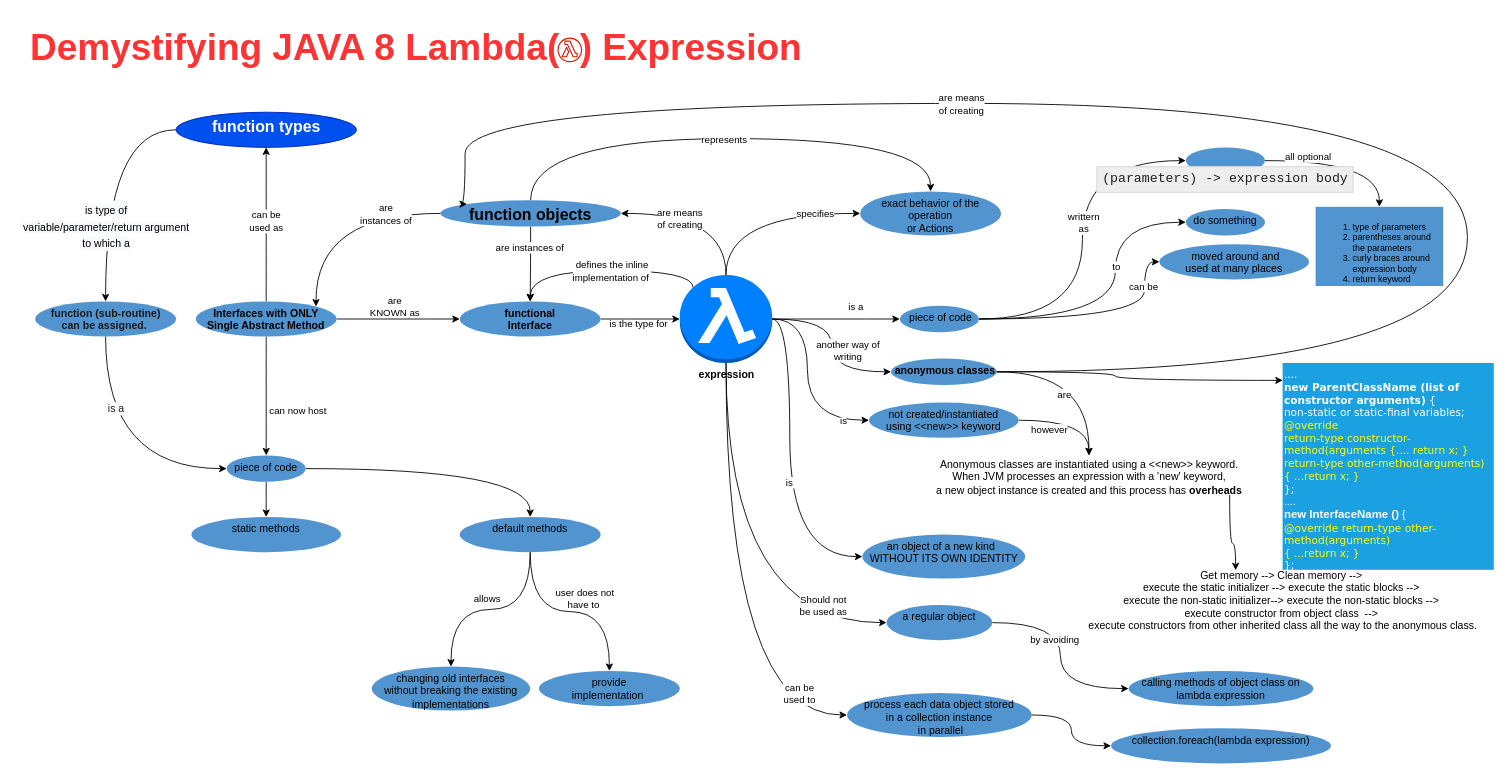
Before: page "Lambda Expressions" (1 of 6) of Java Collection Framework Data Structures.drawio in gaurjain/drawio, a draw.io diagram. Source tidied: cells renumbered, new cells numbered last; positions are measured from the earlier drawing's top-left corner, leaving out a move shared by most shapes. Both pictures are drawn from the tidied source at 88%, with x=0, y=0 at pixel (24, 34).
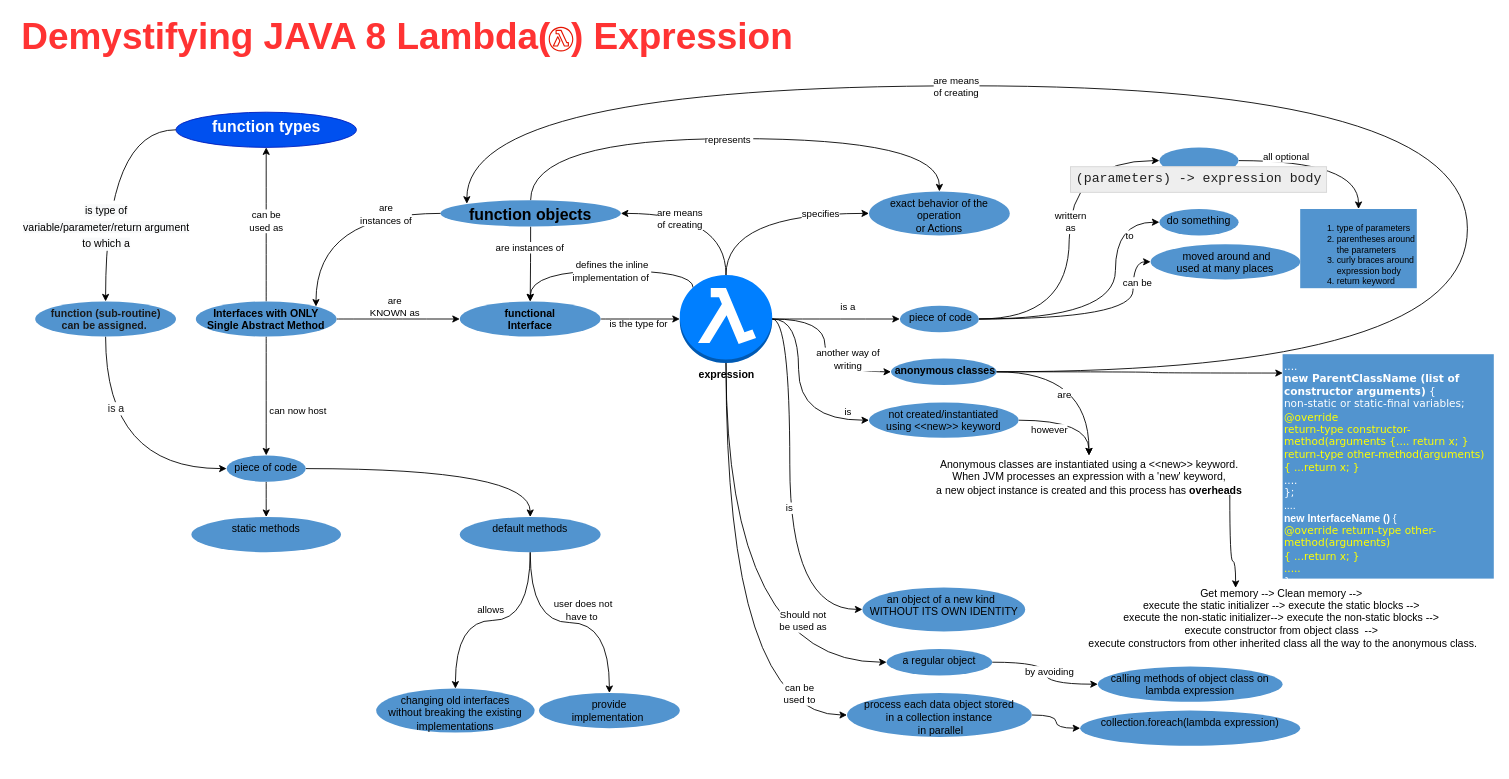
The same page after the edit.

Unchanged cells that the change refers to:
```xml
<mxCell id="10" value="expression" style="outlineConnect=0;dashed=0;verticalLabelPosition=bottom;verticalAlign=top;align=center;html=1;shape=mxgraph.aws3.lambda_function;gradientColor=none;fillColor=#007FFF;fontStyle=1;" parent="1" vertex="1">
  <mxGeometry x="745" y="273" width="105" height="100" as="geometry" />
</mxCell>
<mxCell id="19" value="Anonymous classes are instantiated using a &amp;lt;&amp;lt;new&amp;gt;&amp;gt; keyword.&lt;br&gt;When JVM processes an expression with a 'new' keyword, &lt;br&gt;a new object instance is created and this process has &lt;b&gt;overheads&lt;/b&gt;" style="text;html=1;align=center;verticalAlign=middle;points=[];" parent="1" vertex="1">
  <mxGeometry x="1030" y="478" width="360" height="50" as="geometry" />
</mxCell>
<mxCell id="30" value="&amp;nbsp;anonymous classes" style="ellipse;whiteSpace=wrap;html=1;dashed=0;verticalAlign=top;fillColor=#5294CF;strokeColor=none;fontStyle=1;" parent="1" vertex="1">
  <mxGeometry x="985" y="368" width="120" height="30" as="geometry" />
</mxCell>
<mxCell id="31" style="edgeStyle=orthogonalEdgeStyle;curved=1;rounded=0;jettySize=auto;html=1;entryX=0;entryY=0.5;entryDx=0;entryDy=0;" parent="1" edge="1" source="33" target="36">
  <mxGeometry relative="1" as="geometry" />
</mxCell>
<mxCell id="39" style="edgeStyle=orthogonalEdgeStyle;curved=1;rounded=0;jettySize=auto;html=1;entryX=0;entryY=0.5;entryDx=0;entryDy=0;" parent="1" edge="1" source="43" target="47">
  <mxGeometry relative="1" as="geometry">
    <Array as="points">
      <mxPoint x="1240" y="323" />
      <mxPoint x="1240" y="213" />
    </Array>
  </mxGeometry>
</mxCell>
<mxCell id="43" value="&amp;nbsp;piece of code" style="ellipse;whiteSpace=wrap;html=1;dashed=0;verticalAlign=top;fillColor=#5294CF;strokeColor=none;" parent="1" vertex="1">
  <mxGeometry x="995" y="308" width="90" height="30" as="geometry" />
</mxCell>
<mxCell id="44" style="edgeStyle=orthogonalEdgeStyle;curved=1;rounded=0;jettySize=auto;html=1;entryX=0;entryY=0.5;entryDx=0;entryDy=0;exitX=1;exitY=0.5;exitDx=0;exitDy=0;exitPerimeter=0;" parent="1" edge="1" source="10" target="43">
  <mxGeometry relative="1" as="geometry" />
</mxCell>
<mxCell id="50" style="edgeStyle=orthogonalEdgeStyle;curved=1;rounded=0;jettySize=auto;html=1;labelBackgroundColor=none;exitX=0.5;exitY=1;exitDx=0;exitDy=0;" parent="1" edge="1" source="52" target="63">
  <mxGeometry relative="1" as="geometry" />
</mxCell>
<mxCell id="75" value="&lt;font style=&quot;font-size: 18px&quot;&gt;function objects&lt;/font&gt;" style="ellipse;whiteSpace=wrap;html=1;dashed=0;verticalAlign=top;fillColor=#5294CF;strokeColor=none;fontStyle=1;" parent="1" vertex="1">
  <mxGeometry x="473" y="188" width="205" height="30" as="geometry" />
</mxCell>
```

What changed in the source:
```diff
@@
     <mxCell id="2" style="edgeStyle=orthogonalEdgeStyle;curved=1;rounded=0;jettySize=auto;html=1;entryX=0;entryY=0.5;entryDx=0;entryDy=0;" parent="1" edge="1" source="10" target="17">
       <mxGeometry relative="1" as="geometry">
         <Array as="points">
           <mxPoint x="870" y="323" />
-          <mxPoint x="870" y="593" />
+          <mxPoint x="870" y="653" />
         </Array>
       </mxGeometry>
     </mxCell>
@@
     <mxCell id="4" style="edgeStyle=orthogonalEdgeStyle;curved=1;rounded=0;jettySize=auto;html=1;entryX=0;entryY=0.5;entryDx=0;entryDy=0;" parent="1" edge="1" source="10" target="22">
       <mxGeometry relative="1" as="geometry">
         <Array as="points">
-          <mxPoint x="890" y="323" />
-          <mxPoint x="890" y="438" />
+          <mxPoint x="880" y="323" />
+          <mxPoint x="880" y="438" />
         </Array>
       </mxGeometry>
     </mxCell>
     <mxCell id="5" value="is" style="edgeLabel;html=1;align=center;verticalAlign=middle;" parent="4" vertex="1">
       <mxGeometry x="0.22" y="-3" relative="1" as="geometry">
-        <mxPoint x="43" y="18" as="offset" />
+        <mxPoint x="58" y="-2" as="offset" />
       </mxGeometry>
     </mxCell>
     <mxCell id="6" style="edgeStyle=orthogonalEdgeStyle;curved=1;rounded=0;jettySize=auto;html=1;entryX=0;entryY=0.5;entryDx=0;entryDy=0;exitX=1;exitY=0.5;exitDx=0;exitDy=0;exitPerimeter=0;" parent="1" edge="1" source="10" target="30">
-      <mxGeometry relative="1" as="geometry" />
+      <mxGeometry relative="1" as="geometry">
+        <Array as="points">
+          <mxPoint x="910" y="323" />
+          <mxPoint x="910" y="383" />
+        </Array>
+      </mxGeometry>
     </mxCell>
     <mxCell id="7" value="another way of&lt;br&gt;writing" style="edgeLabel;html=1;align=center;verticalAlign=middle;" parent="6" vertex="1">
       <mxGeometry x="0.3" y="-8" relative="1" as="geometry">
-        <mxPoint x="25.5" y="-24.5" as="offset" />
+        <mxPoint x="18" y="-23" as="offset" />
       </mxGeometry>
     </mxCell>
@@
     <mxCell id="17" value="an object of a new kind&amp;nbsp;&amp;nbsp;&lt;br&gt;WITHOUT ITS OWN IDENTITY" style="ellipse;whiteSpace=wrap;html=1;dashed=0;verticalAlign=top;fillColor=#5294CF;strokeColor=none;" parent="1" vertex="1">
-      <mxGeometry x="952.5" y="568" width="185" height="50" as="geometry" />
+      <mxGeometry x="952.5" y="628" width="185" height="50" as="geometry" />
     </mxCell>
-    <mxCell id="18" style="edgeStyle=orthogonalEdgeStyle;curved=1;rounded=0;jettySize=auto;html=1;labelBackgroundColor=#ffffff;exitX=0.944;exitY=0.9;exitDx=0;exitDy=0;exitPerimeter=0;entryX=0.384;entryY=0.008;entryDx=0;entryDy=0;entryPerimeter=0;" parent="1" edge="1" source="19" target="67">
+    <mxCell id="18" style="edgeStyle=orthogonalEdgeStyle;curved=1;rounded=0;jettySize=auto;html=1;labelBackgroundColor=#ffffff;entryX=0.384;entryY=0.008;entryDx=0;entryDy=0;entryPerimeter=0;" parent="1" edge="1" target="67">
       <mxGeometry relative="1" as="geometry">
+        <mxPoint x="1370" y="523" as="sourcePoint" />
         <Array as="points">
-          <mxPoint x="1370" y="578" />
-          <mxPoint x="1377" y="578" />
+          <mxPoint x="1370" y="598" />
+          <mxPoint x="1377" y="598" />
         </Array>
       </mxGeometry>
     </mxCell>
@@
-    <mxCell id="22" value="not created/instantiated &lt;br&gt;using &amp;lt;&amp;lt;new&amp;gt;&amp;gt; keyword" style="ellipse;whiteSpace=wrap;html=1;dashed=0;verticalAlign=top;fillColor=#5294CF;strokeColor=none;" parent="1" vertex="1">
+    <mxCell id="22" value="not created/instantiated &lt;br&gt;using &amp;lt;&amp;lt;new&amp;gt;&amp;gt; keyword" style="ellipse;whiteSpace=wrap;html=1;dashed=0;verticalAlign=top;strokeColor=none;fillColor=#5294CF;" parent="1" vertex="1">
       <mxGeometry x="960" y="418" width="170" height="40" as="geometry" />
     </mxCell>
@@
     <mxCell id="27" value="collection.foreach(lambda expression)" style="ellipse;whiteSpace=wrap;html=1;dashed=0;verticalAlign=top;fillColor=#5294CF;strokeColor=none;" parent="1" vertex="1">
-      <mxGeometry x="1235" y="788" width="250" height="40" as="geometry" />
+      <mxGeometry x="1200" y="768" width="250" height="40" as="geometry" />
     </mxCell>
@@
     <mxCell id="32" value="by avoiding" style="edgeLabel;html=1;align=center;verticalAlign=middle;" parent="31" vertex="1">
       <mxGeometry x="-0.27" y="2" relative="1" as="geometry">
-        <mxPoint x="-9.5" y="12.5" as="offset" />
+        <mxPoint x="11" y="12" as="offset" />
       </mxGeometry>
     </mxCell>
     <mxCell id="33" value="a regular object" style="ellipse;whiteSpace=wrap;html=1;dashed=0;verticalAlign=top;fillColor=#5294CF;strokeColor=none;" parent="1" vertex="1">
-      <mxGeometry x="980" y="648" width="120" height="40" as="geometry" />
+      <mxGeometry x="980" y="698" width="120" height="30" as="geometry" />
     </mxCell>
     <mxCell id="34" style="edgeStyle=orthogonalEdgeStyle;rounded=0;jettySize=auto;html=1;curved=1;entryX=0;entryY=0.5;entryDx=0;entryDy=0;exitX=0.5;exitY=1;exitDx=0;exitDy=0;exitPerimeter=0;" parent="1" edge="1" source="10" target="33">
       <mxGeometry relative="1" as="geometry">
         <Array as="points">
-          <mxPoint x="798" y="668" />
+          <mxPoint x="798" y="713" />
         </Array>
       </mxGeometry>
     </mxCell>
@@
     <mxCell id="36" value="calling methods of object class on lambda expression" style="ellipse;whiteSpace=wrap;html=1;dashed=0;verticalAlign=top;fillColor=#5294CF;strokeColor=none;" parent="1" vertex="1">
-      <mxGeometry x="1255" y="723" width="210" height="40" as="geometry" />
+      <mxGeometry x="1220" y="718" width="210" height="40" as="geometry" />
     </mxCell>
     <mxCell id="37" style="edgeStyle=orthogonalEdgeStyle;curved=1;rounded=0;jettySize=auto;html=1;exitX=1;exitY=0.5;exitDx=0;exitDy=0;entryX=0;entryY=0.5;entryDx=0;entryDy=0;" parent="1" edge="1" source="43" target="46">
       <mxGeometry relative="1" as="geometry">
         <Array as="points">
-          <mxPoint x="1273" y="323" />
+          <mxPoint x="1260" y="323" />
+          <mxPoint x="1260" y="258" />
         </Array>
       </mxGeometry>
     </mxCell>
@@
     <mxCell id="40" value="to" style="edgeLabel;html=1;align=center;verticalAlign=middle;" parent="39" vertex="1">
       <mxGeometry x="0.08" y="1" relative="1" as="geometry">
-        <mxPoint x="1" y="-29" as="offset" />
+        <mxPoint x="16" y="-80" as="offset" />
       </mxGeometry>
     </mxCell>
@@
     <mxCell id="45" value="is a" style="edgeLabel;html=1;align=center;verticalAlign=middle;" parent="44" vertex="1">
       <mxGeometry x="0.22" y="-3" relative="1" as="geometry">
-        <mxPoint x="6" y="-18" as="offset" />
+        <mxPoint x="-3" y="-18" as="offset" />
       </mxGeometry>
     </mxCell>
     <mxCell id="46" value="&amp;nbsp;moved around and&lt;br&gt;used at many places" style="ellipse;whiteSpace=wrap;html=1;dashed=0;verticalAlign=top;fillColor=#5294CF;strokeColor=none;" parent="1" vertex="1">
-      <mxGeometry x="1290" y="238" width="170" height="40" as="geometry" />
+      <mxGeometry x="1280" y="238" width="170" height="40" as="geometry" />
     </mxCell>
     <mxCell id="47" value="do something" style="ellipse;whiteSpace=wrap;html=1;dashed=0;verticalAlign=top;fillColor=#5294CF;strokeColor=none;" parent="1" vertex="1">
-      <mxGeometry x="1320" y="198" width="90" height="30" as="geometry" />
+      <mxGeometry x="1290" y="198" width="90" height="30" as="geometry" />
     </mxCell>
@@
     <mxCell id="51" value="user does not &lt;br&gt;have to&amp;nbsp;" style="edgeLabel;html=1;align=center;verticalAlign=middle;labelBackgroundColor=none;" parent="50" vertex="1">
       <mxGeometry x="0.05" y="-4" relative="1" as="geometry">
-        <mxPoint x="10.5" y="-19" as="offset" />
+        <mxPoint x="8" y="-19" as="offset" />
       </mxGeometry>
     </mxCell>
@@
     <mxCell id="62" value="changing old interfaces &lt;br&gt;without breaking the existing implementations" style="ellipse;whiteSpace=wrap;html=1;dashed=0;verticalAlign=top;fillColor=#5294CF;labelBackgroundColor=none;strokeColor=none;" parent="1" vertex="1">
-      <mxGeometry x="395" y="718" width="180" height="50" as="geometry" />
+      <mxGeometry x="400" y="743" width="180" height="50" as="geometry" />
     </mxCell>
     <mxCell id="63" value="provide &lt;br&gt;implementation&amp;nbsp;" style="ellipse;whiteSpace=wrap;html=1;dashed=0;verticalAlign=top;fillColor=#5294CF;labelBackgroundColor=none;strokeColor=none;" parent="1" vertex="1">
-      <mxGeometry x="585" y="723" width="160" height="40" as="geometry" />
+      <mxGeometry x="585" y="748" width="160" height="40" as="geometry" />
     </mxCell>
@@
     <mxCell id="66" value="&lt;pre class=&quot;result notranslate&quot; style=&quot;font-family: monospace , monospace ; font-size: 15px ; padding: 5px ; overflow-x: auto ; color: rgba(0 , 0 , 0 , 0.87) ; background: rgb(238 , 238 , 238) ; border: 1px solid rgb(214 , 214 , 214)&quot;&gt;(parameters) -&amp;gt; expression body&lt;/pre&gt;" style="ellipse;whiteSpace=wrap;html=1;dashed=0;verticalAlign=top;fillColor=#5294CF;strokeColor=none;" parent="1" vertex="1">
-      <mxGeometry x="1320" y="128" width="90" height="30" as="geometry" />
+      <mxGeometry x="1290" y="128" width="90" height="30" as="geometry" />
     </mxCell>
     <mxCell id="67" value="Get memory --&amp;gt;&amp;nbsp;Clean memory --&amp;gt;&amp;nbsp;&lt;br&gt;execute the static initializer --&amp;gt; execute the static blocks --&amp;gt;&amp;nbsp;&lt;br&gt;execute the non-static initializer--&amp;gt; execute the non-static blocks --&amp;gt;&amp;nbsp;&lt;br&gt;execute constructor from object class&amp;nbsp; --&amp;gt;&amp;nbsp;&lt;br&gt;execute constructors from other inherited class all the way to the anonymous class." style="text;html=1;align=center;verticalAlign=middle;points=[];" parent="1" vertex="1">
-      <mxGeometry x="1200" y="608" width="460" height="70" as="geometry" />
+      <mxGeometry x="1200" y="628" width="460" height="70" as="geometry" />
     </mxCell>
     <mxCell id="68" value="&lt;ol style=&quot;font-size: 10px&quot;&gt;&lt;li&gt;type of parameters&lt;/li&gt;&lt;li&gt;parentheses around the parameters&lt;/li&gt;&lt;li&gt;curly braces around expression body&lt;/li&gt;&lt;li&gt;return keyword&lt;/li&gt;&lt;/ol&gt;" style="whiteSpace=wrap;html=1;dashed=0;verticalAlign=top;strokeColor=none;fillColor=#5294CF;align=left;" parent="1" vertex="1">
-      <mxGeometry x="1467.5" y="195.5" width="145" height="90" as="geometry" />
+      <mxGeometry x="1450" y="198" width="132.5" height="90" as="geometry" />
     </mxCell>
     <mxCell id="69" value="&lt;span style=&quot;font-weight: normal&quot;&gt;exact behavior of the operation &lt;br&gt;or Actions&lt;/span&gt;" style="ellipse;whiteSpace=wrap;html=1;dashed=0;verticalAlign=top;fillColor=#5294CF;labelBackgroundColor=none;strokeColor=none;fontStyle=1;" parent="1" vertex="1">
-      <mxGeometry x="950" y="178" width="160" height="50" as="geometry" />
+      <mxGeometry x="960" y="178" width="160" height="50" as="geometry" />
     </mxCell>
@@
     <mxCell id="72" style="edgeStyle=orthogonalEdgeStyle;curved=1;rounded=0;jettySize=auto;html=1;entryX=0.5;entryY=0;entryDx=0;entryDy=0;exitX=0.5;exitY=0;exitDx=0;exitDy=0;" parent="1" edge="1" source="75" target="69">
       <mxGeometry relative="1" as="geometry">
         <Array as="points">
-          <mxPoint x="575" y="118" />
-          <mxPoint x="1030" y="118" />
+          <mxPoint x="576" y="118" />
+          <mxPoint x="1040" y="118" />
         </Array>
       </mxGeometry>
     </mxCell>
@@
-    <mxCell id="81" style="edgeStyle=orthogonalEdgeStyle;curved=1;rounded=0;jettySize=auto;html=1;exitX=1;exitY=0.5;exitDx=0;exitDy=0;entryX=0;entryY=0;entryDx=0;entryDy=0;" parent="1" edge="1" source="30" target="75">
+    <mxCell id="81" style="edgeStyle=orthogonalEdgeStyle;curved=1;rounded=0;jettySize=auto;html=1;exitX=1;exitY=0.5;exitDx=0;exitDy=0;" parent="1" edge="1" source="30">
       <mxGeometry relative="1" as="geometry">
+        <mxPoint x="503" y="192" as="targetPoint" />
         <Array as="points">
           <mxPoint x="1640" y="383" />
-          <mxPoint x="1640" y="78" />
-          <mxPoint x="501" y="78" />
-          <mxPoint x="501" y="192" />
+          <mxPoint x="1640" y="58" />
+          <mxPoint x="503" y="58" />
         </Array>
       </mxGeometry>
     </mxCell>
@@
     <mxCell id="83" value="&lt;font style=&quot;font-size: 42px&quot; color=&quot;#ff3333&quot;&gt;&lt;b&gt;Demystifying JAVA 8 Lambda(&amp;nbsp; ) Expression&lt;/b&gt;&lt;/font&gt;" style="text;html=1;align=center;verticalAlign=middle;fontSize=16;" parent="1" vertex="1">
-      <mxGeometry y="0.2" width="890" height="30" as="geometry" />
+      <mxGeometry x="-10" y="-12" width="890" height="30" as="geometry" />
     </mxCell>
@@
     <mxCell id="87" style="fontColor=#ffffff;fillColor=#e51400;dashed=0;verticalLabelPosition=bottom;verticalAlign=top;align=center;html=1;fontSize=12;fontStyle=0;shape=mxgraph.aws4.lambda_function;strokeColor=#B20000;" parent="1" vertex="1">
-      <mxGeometry x="606" y="3.2" width="28" height="28" as="geometry" />
+      <mxGeometry x="596" y="-9" width="28" height="28" as="geometry" />
     </mxCell>
-    <mxCell id="88" value="&lt;font&gt;&lt;font face=&quot;Verdana&quot;&gt;&lt;span style=&quot;font-size: 12px&quot;&gt;.... &lt;/span&gt;&lt;br&gt;&lt;b&gt;&lt;font style=&quot;font-size: 12px&quot;&gt;new ParentClassName (list of constructor arguments)&lt;/font&gt;&lt;/b&gt;&lt;span style=&quot;font-size: 12px&quot;&gt; { &lt;/span&gt;&lt;br&gt;&lt;span style=&quot;font-size: 12px&quot;&gt;non-static or static-final variables; &lt;/span&gt;&lt;br&gt;&lt;font color=&quot;#ffff00&quot; style=&quot;font-size: 12px&quot;&gt;@override&lt;br&gt;return-type&amp;nbsp;constructor-method(arguments {.... return x; } &lt;br&gt;return-type other-method(arguments)&lt;br&gt;{ ...return x; }&lt;/font&gt;&lt;br&gt;&lt;span style=&quot;font-size: 12px&quot;&gt;};&lt;/span&gt;&lt;br&gt;&lt;/font&gt;&lt;span style=&quot;font-size: 12px&quot;&gt;....&lt;/span&gt;&lt;br&gt;&lt;b&gt;&lt;font style=&quot;font-size: 13px&quot;&gt;new InterfaceName ()&lt;/font&gt;&lt;/b&gt;&lt;span style=&quot;font-size: 12px&quot;&gt; { &lt;br&gt;&lt;/span&gt;&lt;span style=&quot;font-size: 12px ; color: rgb(255 , 255 , 0) ; font-family: &amp;#34;verdana&amp;#34;&quot;&gt;@override return-type other-method(arguments)&amp;nbsp;&lt;/span&gt;&lt;br style=&quot;color: rgb(255 , 255 , 0) ; font-family: &amp;#34;verdana&amp;#34;&quot;&gt;&lt;span style=&quot;font-size: 12px ; color: rgb(255 , 255 , 0) ; font-family: &amp;#34;verdana&amp;#34;&quot;&gt;{ ...return x; }&lt;br&gt;&lt;/span&gt;&lt;font face=&quot;Verdana&quot; style=&quot;font-size: 12px&quot;&gt;};&lt;/font&gt;&lt;/font&gt;&lt;span style=&quot;font-size: 10px&quot;&gt;&lt;br&gt;&lt;/span&gt;" style="whiteSpace=wrap;html=1;dashed=0;verticalAlign=top;fillColor=#1ba1e2;align=left;rounded=0;fontColor=#ffffff;strokeColor=none;" parent="1" vertex="1">
-      <mxGeometry x="1430" y="373" width="240" height="235" as="geometry" />
+    <mxCell id="88" value="&lt;font style=&quot;font-size: 12px&quot;&gt;&lt;font face=&quot;Verdana&quot; style=&quot;font-size: 12px&quot;&gt;&lt;span style=&quot;font-size: 12px&quot;&gt;.... &lt;/span&gt;&lt;br&gt;&lt;b&gt;&lt;font style=&quot;font-size: 12px&quot;&gt;new ParentClassName (list of constructor arguments)&lt;/font&gt;&lt;/b&gt;&lt;span style=&quot;font-size: 12px&quot;&gt; { &lt;/span&gt;&lt;br&gt;&lt;span style=&quot;font-size: 12px&quot;&gt;non-static or static-final variables; &lt;/span&gt;&lt;br&gt;&lt;font color=&quot;#ffff00&quot; style=&quot;font-size: 12px&quot;&gt;@override&lt;br&gt;return-type&amp;nbsp;constructor-method(arguments {.... return x; } &lt;br&gt;return-type other-method(arguments)&lt;br&gt;{ ...return x; }&lt;br&gt;&lt;/font&gt;....&lt;br&gt;&lt;span style=&quot;font-size: 12px&quot;&gt;};&lt;/span&gt;&lt;br&gt;&lt;/font&gt;&lt;span style=&quot;font-size: 12px&quot;&gt;....&lt;/span&gt;&lt;br&gt;&lt;b&gt;&lt;font style=&quot;font-size: 12px&quot;&gt;new InterfaceName ()&lt;/font&gt;&lt;/b&gt;&lt;span style=&quot;font-size: 12px&quot;&gt; { &lt;br&gt;&lt;/span&gt;&lt;span style=&quot;font-size: 12px ; color: rgb(255 , 255 , 0) ; font-family: &amp;#34;verdana&amp;#34;&quot;&gt;@override return-type other-method(arguments)&amp;nbsp;&lt;/span&gt;&lt;br style=&quot;color: rgb(255 , 255 , 0) ; font-family: &amp;#34;verdana&amp;#34;&quot;&gt;&lt;span style=&quot;font-size: 12px ; color: rgb(255 , 255 , 0) ; font-family: &amp;#34;verdana&amp;#34;&quot;&gt;{ ...return x; }&lt;br&gt;.....&lt;br&gt;&lt;/span&gt;&lt;font face=&quot;Verdana&quot; style=&quot;font-size: 12px&quot;&gt;};&lt;/font&gt;&lt;/font&gt;&lt;span style=&quot;font-size: 10px&quot;&gt;&lt;br&gt;&lt;/span&gt;" style="whiteSpace=wrap;html=1;dashed=0;verticalAlign=top;align=left;rounded=0;fontColor=#ffffff;strokeColor=none;fillColor=#5294CF;" parent="1" vertex="1">
+      <mxGeometry x="1430" y="363" width="240" height="255" as="geometry" />
     </mxCell>
     <mxCell id="89" style="edgeStyle=orthogonalEdgeStyle;curved=1;rounded=0;jettySize=auto;html=1;exitX=1;exitY=0.5;exitDx=0;exitDy=0;entryX=0.001;entryY=0.084;entryDx=0;entryDy=0;entryPerimeter=0;" parent="1" edge="1" source="30" target="88">
       <mxGeometry relative="1" as="geometry">
         <Array as="points">
-          <mxPoint x="1240" y="383" />
-          <mxPoint x="1240" y="393" />
+          <mxPoint x="1280" y="383" />
+          <mxPoint x="1280" y="384" />
         </Array>
       </mxGeometry>
     </mxCell>
```
